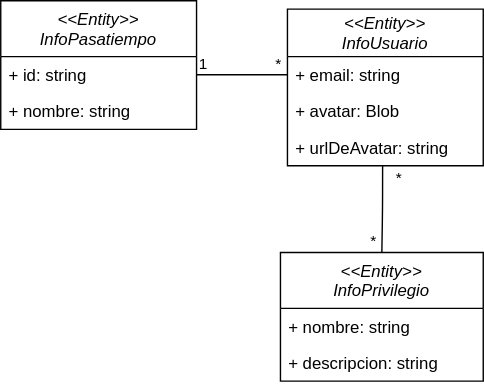
Before: img/clases_bd.svg, a diagram exported from draw.io (gilpgdm/gilpgdm.github.io). Source tidied: cells renumbered, new cells last; positions are measured from the earlier drawing's top-left corner, leaving out a move shared by most shapes.
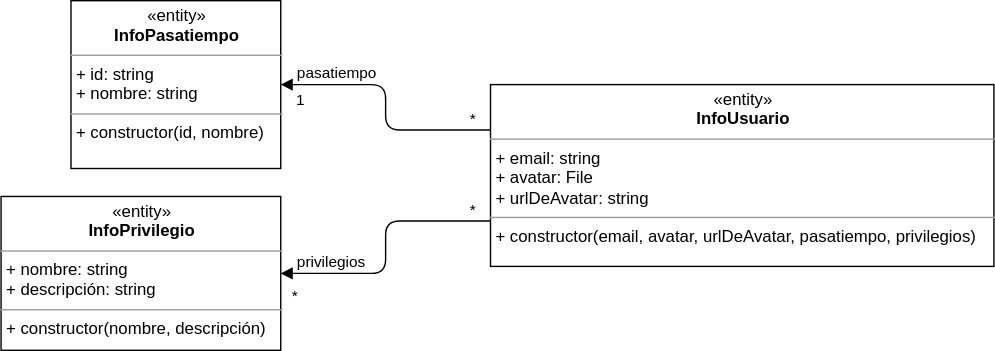
The same diagram one commit later.

Diff of the diagram source:
```diff
@@ -2,59 +2,50 @@
   <root>
     <mxCell id="0" />
     <mxCell id="1" parent="0" />
-    <mxCell id="2" style="endArrow=none;html=1;edgeStyle=orthogonalEdgeStyle;exitX=1;exitY=0.5;exitDx=0;exitDy=0;entryX=0;entryY=0.5;entryDx=0;entryDy=0;" parent="1" edge="1" source="16" target="9">
-      <mxGeometry relative="1" as="geometry" />
-    </mxCell>
+    <mxCell id="18" value="&lt;p style=&quot;margin: 0px ; margin-top: 4px ; text-align: center&quot;&gt;«entity»&lt;br&gt;&lt;b&gt;InfoPasatiempo&lt;/b&gt;&lt;/p&gt;&lt;hr size=&quot;1&quot;&gt;&lt;p style=&quot;margin: 0px ; margin-left: 4px&quot;&gt;+ id: string&lt;br&gt;+ nombre: string&lt;/p&gt;&lt;hr size=&quot;1&quot;&gt;&lt;p style=&quot;margin: 0px ; margin-left: 4px&quot;&gt;+ constructor(id, nombre)&lt;/p&gt;" style="verticalAlign=top;align=left;overflow=fill;fontSize=12;fontFamily=Helvetica;html=1;" parent="1" vertex="1">
+      <mxGeometry x="50" y="-30" width="150" height="120" as="geometry" />
+    </mxCell>
+    <mxCell id="19" value="&lt;p style=&quot;margin: 0px ; margin-top: 4px ; text-align: center&quot;&gt;«entity»&lt;br&gt;&lt;b&gt;InfoUsuario&lt;/b&gt;&lt;/p&gt;&lt;hr size=&quot;1&quot;&gt;&lt;p style=&quot;margin: 0px ; margin-left: 4px&quot;&gt;+ email: string&lt;/p&gt;&lt;p style=&quot;margin: 0px ; margin-left: 4px&quot;&gt;+ avatar: File&lt;br&gt;&lt;/p&gt;&lt;p style=&quot;margin: 0px ; margin-left: 4px&quot;&gt;+ urlDeAvatar: string&lt;/p&gt;&lt;hr size=&quot;1&quot;&gt;&lt;p style=&quot;margin: 0px ; margin-left: 4px&quot;&gt;+ constructor(email, avatar, urlDeAvatar, pasatiempo, privilegios)&lt;/p&gt;" style="verticalAlign=top;align=left;overflow=fill;fontSize=12;fontFamily=Helvetica;html=1;" parent="1" vertex="1">
+      <mxGeometry x="350" y="30" width="360" height="130" as="geometry" />
+    </mxCell>
+    <mxCell id="20" style="endArrow=none;html=1;edgeStyle=orthogonalEdgeStyle;exitX=1;exitY=0.5;exitDx=0;exitDy=0;entryX=0;entryY=0.75;entryDx=0;entryDy=0;startArrow=block;startFill=1;" parent="1" edge="1" source="27" target="19">
+      <mxGeometry relative="1" as="geometry" />
+    </mxCell>
+    <mxCell id="21" value="privilegios" style="edgeLabel;html=1;align=left;verticalAlign=bottom;" parent="20" vertex="1">
+      <mxGeometry x="-1" relative="1" as="geometry">
+        <mxPoint x="10" as="offset" />
+      </mxGeometry>
+    </mxCell>
+    <mxCell id="22" value="*" style="edgeLabel;html=1;align=right;verticalAlign=bottom;" parent="20" vertex="1">
+      <mxGeometry x="1" relative="1" as="geometry">
+        <mxPoint x="-10.5" as="offset" />
+      </mxGeometry>
+    </mxCell>
+    <mxCell id="23" value="*" style="edgeLabel;html=1;align=center;verticalAlign=middle;" parent="20" vertex="1">
+      <mxGeometry x="-0.9" y="-1" relative="1" as="geometry">
+        <mxPoint y="14" as="offset" />
+      </mxGeometry>
+    </mxCell>
+    <mxCell id="24" style="endArrow=none;html=1;edgeStyle=orthogonalEdgeStyle;exitX=1;exitY=0.5;exitDx=0;exitDy=0;entryX=0;entryY=0.25;entryDx=0;entryDy=0;startArrow=block;startFill=1;" parent="1" edge="1" source="18" target="19">
+      <mxGeometry relative="1" as="geometry" />
+    </mxCell>
+    <mxCell id="25" value="pasatiempo" style="edgeLabel;html=1;align=left;verticalAlign=bottom;" parent="24" vertex="1">
+      <mxGeometry x="-1" relative="1" as="geometry">
+        <mxPoint x="10" as="offset" />
+      </mxGeometry>
+    </mxCell>
+    <mxCell id="26" value="*" style="edgeLabel;html=1;align=right;verticalAlign=bottom;" parent="24" vertex="1">
+      <mxGeometry x="1" relative="1" as="geometry">
+        <mxPoint x="-10.9" as="offset" />
+      </mxGeometry>
+    </mxCell>
-    <mxCell id="3" value="1" style="edgeLabel;html=1;align=left;verticalAlign=bottom;" parent="2" vertex="1">
-      <mxGeometry x="-1" relative="1" as="geometry" />
+    <mxCell id="3" value="1" style="edgeLabel;html=1;align=center;verticalAlign=middle;" parent="24" vertex="1">
+      <mxGeometry x="-0.81" y="-2" relative="1" as="geometry">
+        <mxPoint x="-5" y="8" as="offset" />
+      </mxGeometry>
     </mxCell>
-    <mxCell id="4" value="*" style="edgeLabel;html=1;align=right;verticalAlign=bottom;" parent="2" vertex="1">
-      <mxGeometry x="1" relative="1" as="geometry">
-        <mxPoint x="-4" as="offset" />
-      </mxGeometry>
-    </mxCell>
-    <mxCell id="5" style="endArrow=none;html=1;edgeStyle=orthogonalEdgeStyle;exitX=0.486;exitY=1;exitDx=0;exitDy=0;exitPerimeter=0;entryX=0.5;entryY=0;entryDx=0;entryDy=0;" parent="1" edge="1" source="11" target="12">
-      <mxGeometry relative="1" as="geometry" />
-    </mxCell>
-    <mxCell id="6" value="*" style="edgeLabel;html=1;align=left;verticalAlign=bottom;" parent="5" vertex="1">
-      <mxGeometry x="-1" relative="1" as="geometry">
-        <mxPoint x="8" y="17" as="offset" />
-      </mxGeometry>
-    </mxCell>
-    <mxCell id="7" value="*" style="edgeLabel;html=1;align=right;verticalAlign=bottom;" parent="5" vertex="1">
-      <mxGeometry x="1" relative="1" as="geometry">
-        <mxPoint x="-4" as="offset" />
-      </mxGeometry>
-    </mxCell>
-    <mxCell id="8" value="&lt;&lt;Entity&gt;&gt;&#10;InfoUsuario" style="swimlane;fontStyle=2;horizontal=1;startSize=34;fillColor=none;" parent="1" vertex="1">
-      <mxGeometry x="205" y="6" width="140" height="112" as="geometry" />
-    </mxCell>
-    <mxCell id="9" value="+ email: string" style="text;strokeColor=none;fillColor=none;align=left;verticalAlign=top;spacingLeft=4;spacingRight=4;overflow=hidden;points=[[0,0.5],[1,0.5]];portConstraint=eastwest;" parent="8" vertex="1">
-      <mxGeometry y="34" width="140" height="26" as="geometry" />
-    </mxCell>
-    <mxCell id="10" value="+ avatar: Blob" style="text;strokeColor=none;fillColor=none;align=left;verticalAlign=top;spacingLeft=4;spacingRight=4;overflow=hidden;" parent="8" vertex="1">
-      <mxGeometry y="60" width="140" height="26" as="geometry" />
-    </mxCell>
-    <mxCell id="11" value="+ urlDeAvatar: string" style="text;strokeColor=none;fillColor=none;align=left;verticalAlign=top;spacingLeft=4;spacingRight=4;overflow=hidden;points=[[0,0.5],[1,0.5]];portConstraint=eastwest;" parent="8" vertex="1">
-      <mxGeometry y="86" width="140" height="26" as="geometry" />
-    </mxCell>
-    <mxCell id="12" value="&lt;&lt;Entity&gt;&gt;&#10;InfoPrivilegio" style="swimlane;fontStyle=2;horizontal=1;startSize=40;fillColor=none;" parent="1" vertex="1">
-      <mxGeometry x="200" y="180" width="145" height="92" as="geometry" />
-    </mxCell>
-    <mxCell id="13" value="+ nombre: string" style="text;strokeColor=none;fillColor=none;align=left;verticalAlign=top;spacingLeft=4;spacingRight=4;overflow=hidden;" parent="12" vertex="1">
-      <mxGeometry y="40" width="145" height="26" as="geometry" />
-    </mxCell>
-    <mxCell id="14" value="+ descripcion: string" style="text;strokeColor=none;fillColor=none;align=left;verticalAlign=top;spacingLeft=4;spacingRight=4;overflow=hidden;" parent="12" vertex="1">
-      <mxGeometry y="66" width="145" height="26" as="geometry" />
-    </mxCell>
-    <mxCell id="15" value="&lt;&lt;Entity&gt;&gt;&#10;InfoPasatiempo" style="swimlane;fontStyle=2;horizontal=1;startSize=40;fillColor=none;" parent="1" vertex="1">
-      <mxGeometry width="140" height="92" as="geometry" />
-    </mxCell>
-    <mxCell id="16" value="+ id: string" style="text;strokeColor=none;fillColor=none;align=left;verticalAlign=top;spacingLeft=4;spacingRight=4;overflow=hidden;points=[[0,0.5],[1,0.5]];portConstraint=eastwest;" parent="15" vertex="1">
-      <mxGeometry y="40" width="140" height="26" as="geometry" />
-    </mxCell>
-    <mxCell id="17" value="+ nombre: string" style="text;strokeColor=none;fillColor=none;align=left;verticalAlign=top;spacingLeft=4;spacingRight=4;overflow=hidden;" parent="15" vertex="1">
-      <mxGeometry y="66" width="140" height="26" as="geometry" />
-    </mxCell>
+    <mxCell id="27" value="&lt;p style=&quot;margin: 0px ; margin-top: 4px ; text-align: center&quot;&gt;«entity»&lt;br&gt;&lt;b&gt;InfoPrivilegio&lt;/b&gt;&lt;/p&gt;&lt;hr size=&quot;1&quot;&gt;&lt;p style=&quot;margin: 0px ; margin-left: 4px&quot;&gt;+ nombre: string&lt;br&gt;+ descripción: string&lt;/p&gt;&lt;hr size=&quot;1&quot;&gt;&lt;p style=&quot;margin: 0px ; margin-left: 4px&quot;&gt;+ constructor(nombre, descripción)&lt;/p&gt;" style="verticalAlign=top;align=left;overflow=fill;fontSize=12;fontFamily=Helvetica;html=1;" parent="1" vertex="1">
+      <mxGeometry y="110" width="200" height="110" as="geometry" />
+    </mxCell>
   </root>
 </mxGraphModel>
```
